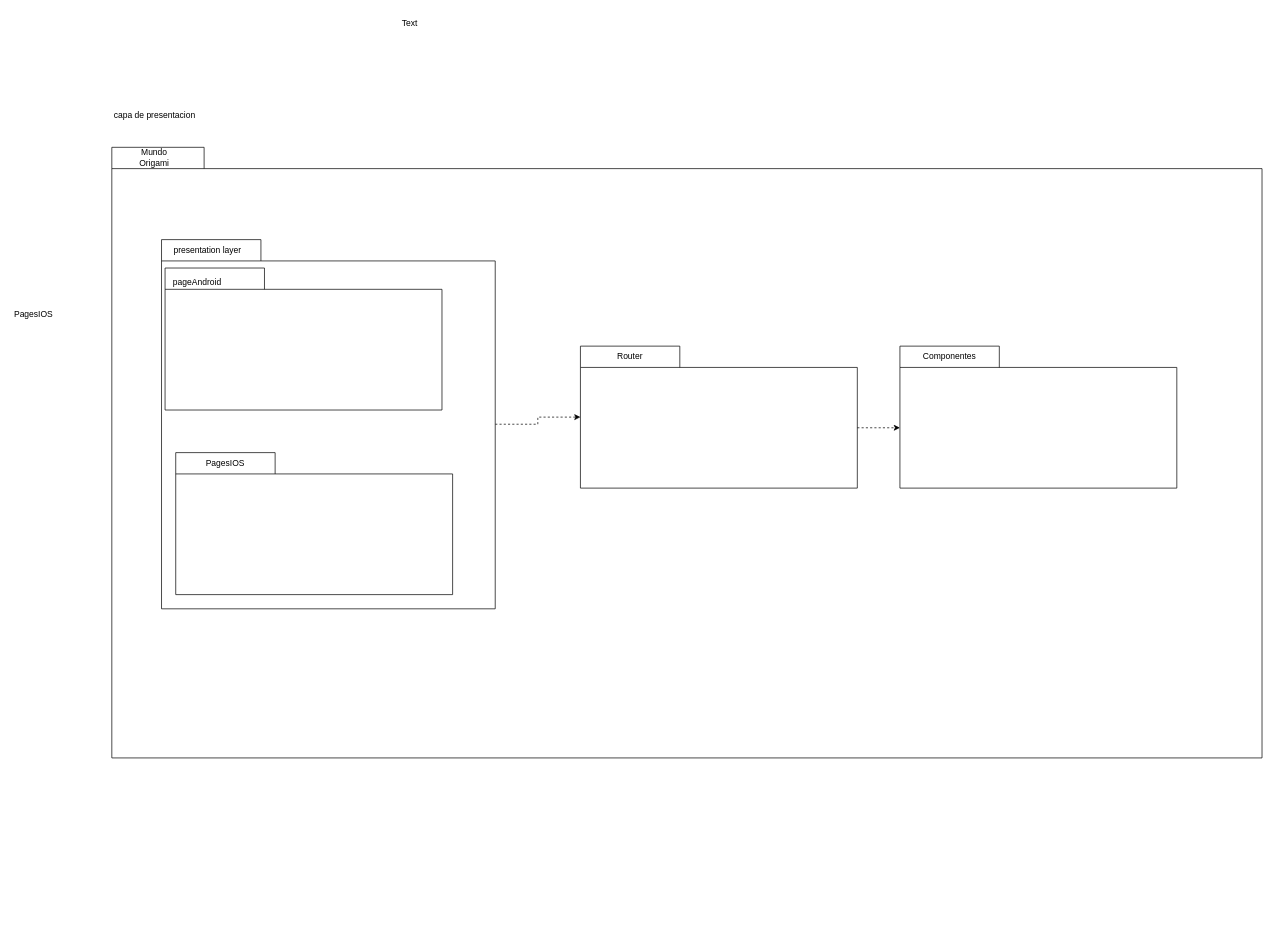
Above: page "diagrama de paquete Front-end" (1 of 2) of Diagrama de paquetes front-end.drawio in andrescastillo1996/documentacionMundoOrigami (draw.io), before the change. Source tidied: cells renumbered, new cells numbered last; positions are measured from the earlier drawing's top-left corner, leaving out a move shared by most shapes. Both pictures are drawn from the tidied source at 71%, with x=0, y=0 at pixel (12, 12).
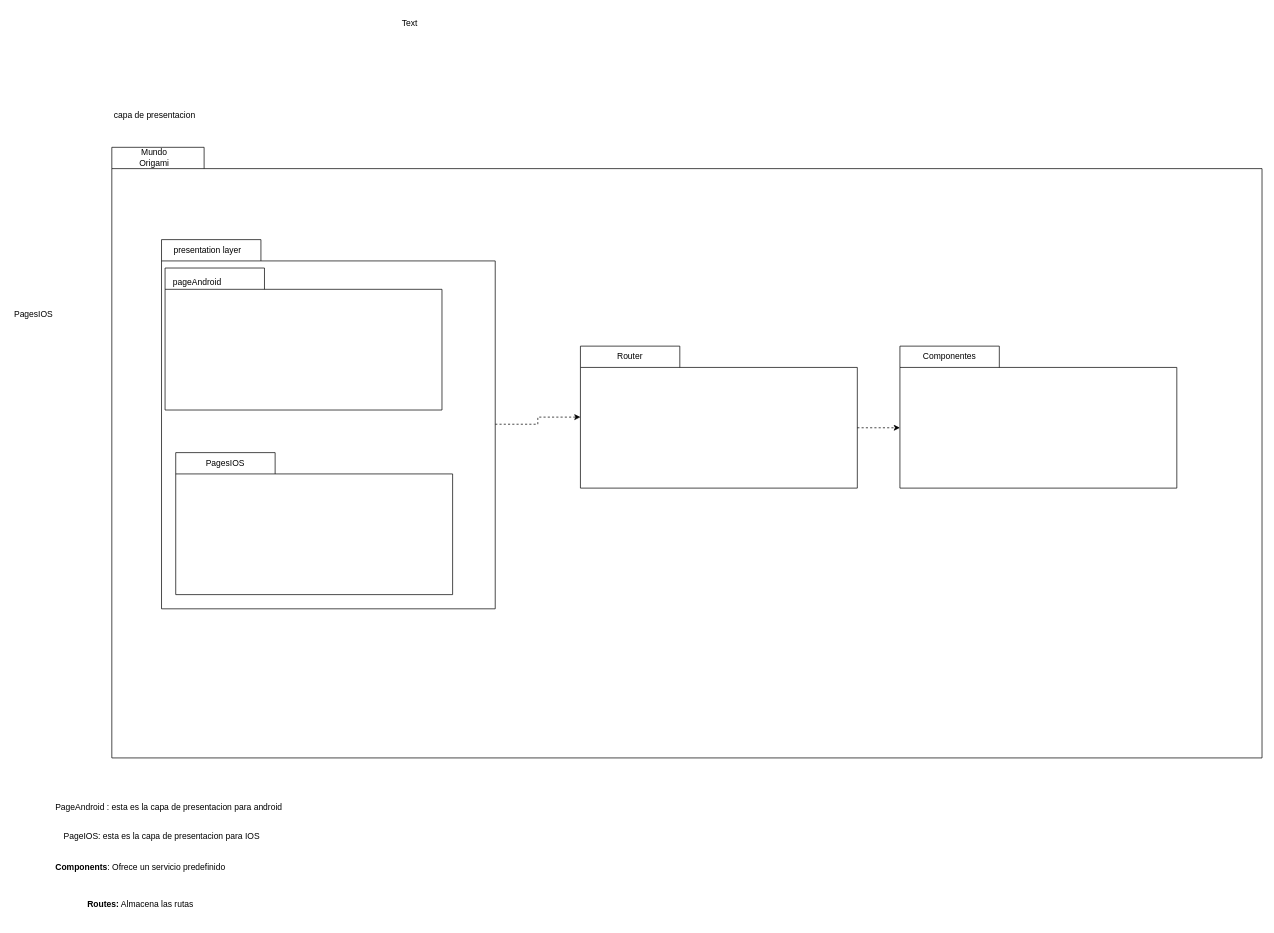
Above is the later version.

Diff of the diagram source:
```diff
@@
+    <mxCell id="19" value="PageAndroid : esta es la capa de presentacion para android&lt;br&gt;" style="text;html=1;align=center;verticalAlign=middle;strokeColor=none;fillColor=none;" parent="1" vertex="1">
+      <mxGeometry x="50" y="1105" width="340" height="30" as="geometry" />
+    </mxCell>
+    <mxCell id="20" value="PageIOS: esta es la capa de presentacion para IOS" style="text;html=1;align=center;verticalAlign=middle;strokeColor=none;fillColor=none;" parent="1" vertex="1">
+      <mxGeometry x="60" y="1145" width="300" height="30" as="geometry" />
+    </mxCell>
+    <mxCell id="21" value="&lt;p&gt;&lt;strong&gt;Components&lt;/strong&gt;: Ofrece un servicio predefinido&lt;/p&gt;&lt;br/&gt;&lt;p&gt;&lt;strong&gt;Routes:&lt;/strong&gt; Almacena las rutas&lt;/p&gt;" style="text;html=1;align=center;verticalAlign=middle;strokeColor=none;fillColor=none;" parent="1" vertex="1">
+      <mxGeometry x="50" y="1180" width="260" height="100" as="geometry" />
+    </mxCell>
```
